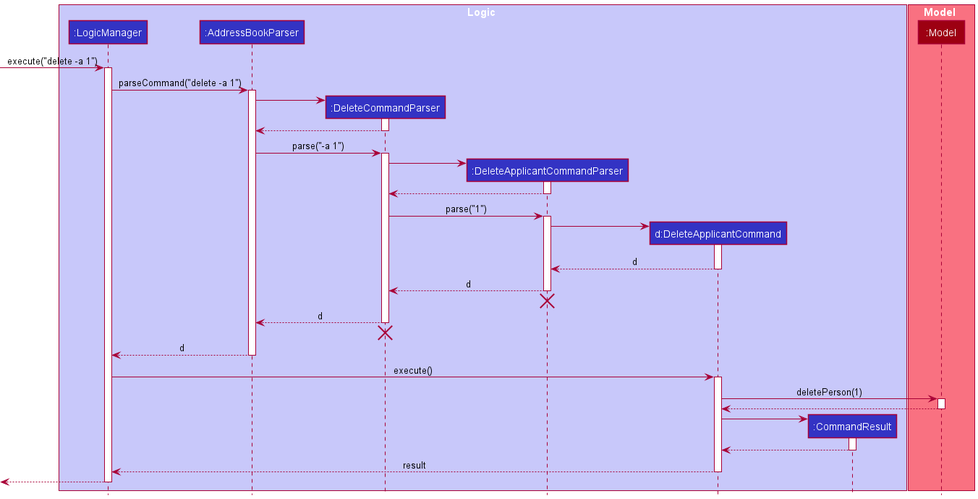
Earlier version of the PlantUML export docs/images/DeleteSequenceDiagram.png (nus-cs2103-AY2122S2/tp).
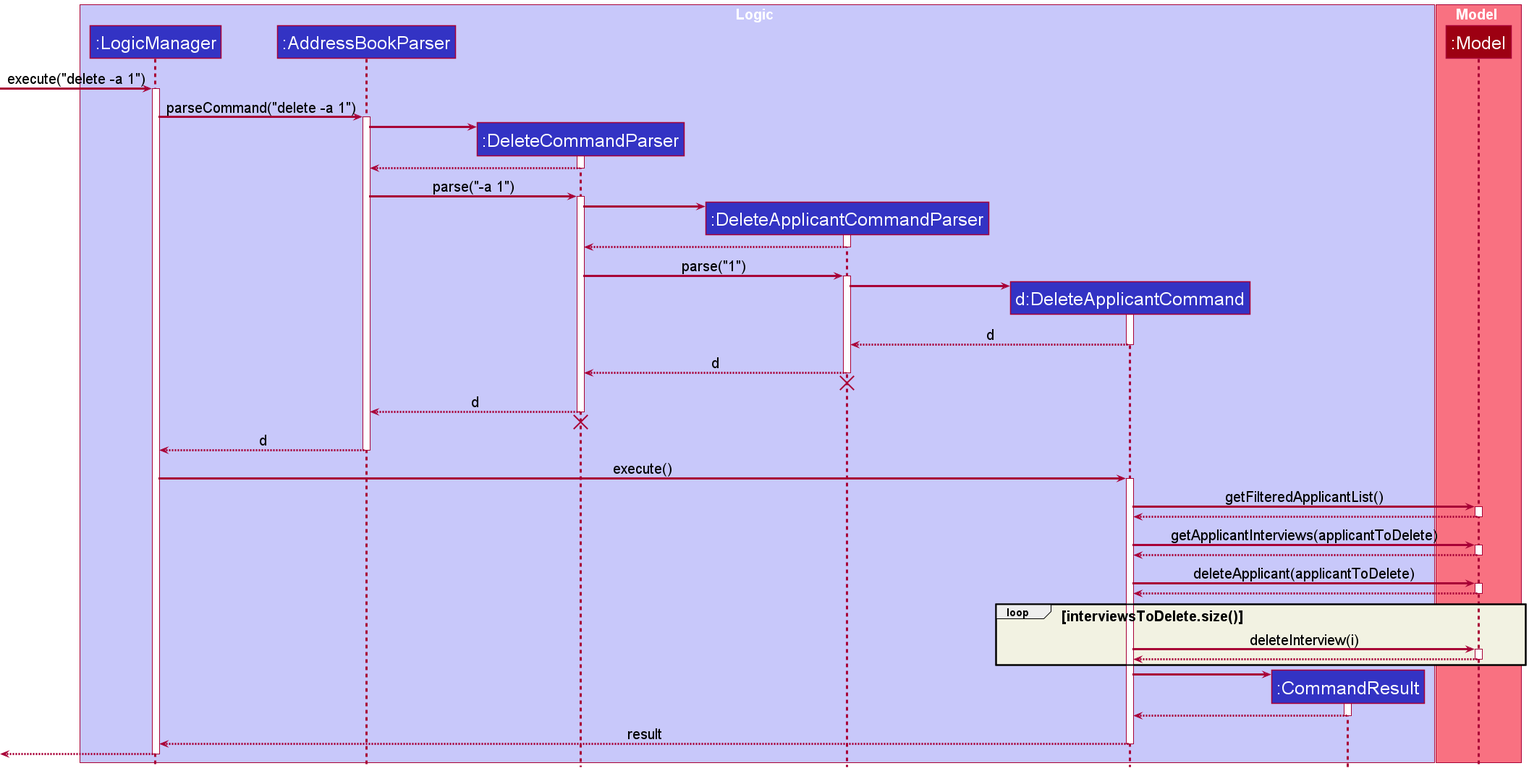
After the change.

What changed in the source:
```diff
@@ -64,11 +64,32 @@
 LogicManager -> DeleteApplicantCommand : execute()
 activate DeleteApplicantCommand
 
-DeleteApplicantCommand -> Model : deletePerson(1)
+DeleteApplicantCommand -> Model : getFilteredApplicantList()
 activate Model
-
 Model --> DeleteApplicantCommand
 deactivate Model
+
+DeleteApplicantCommand -> Model : getApplicantInterviews(applicantToDelete)
+activate Model
+Model --> DeleteApplicantCommand
+deactivate Model
+
+DeleteApplicantCommand -> Model : deleteApplicant(applicantToDelete)
+activate Model
+Model --> DeleteApplicantCommand
+deactivate
+
+loop interviewsToDelete.size()
+    DeleteApplicantCommand -> Model : deleteInterview(i)
+    activate Model
+    Model --> DeleteApplicantCommand
+    deactivate
+end
+
+
+
+
+
 
 create CommandResult
 DeleteApplicantCommand -> CommandResult
```
